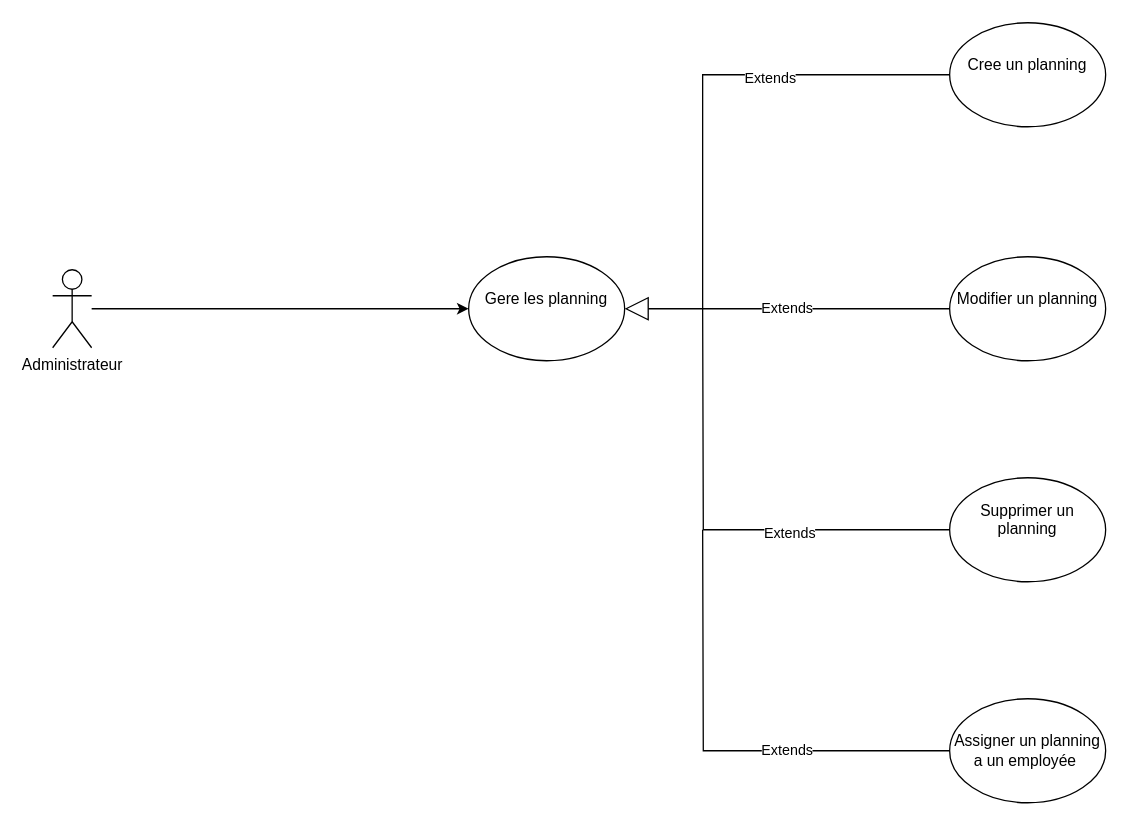
This is Diagramme sans nom.drawio from BRIKIAchraf/Blog-App, a draw.io file, before an edit. Source tidied: cells renumbered, new cells numbered last; positions are measured from the earlier drawing's top-left corner, leaving out a move shared by most shapes. Both pictures are drawn from the tidied source at 130%, with x=0, y=0 at pixel (52, 22).
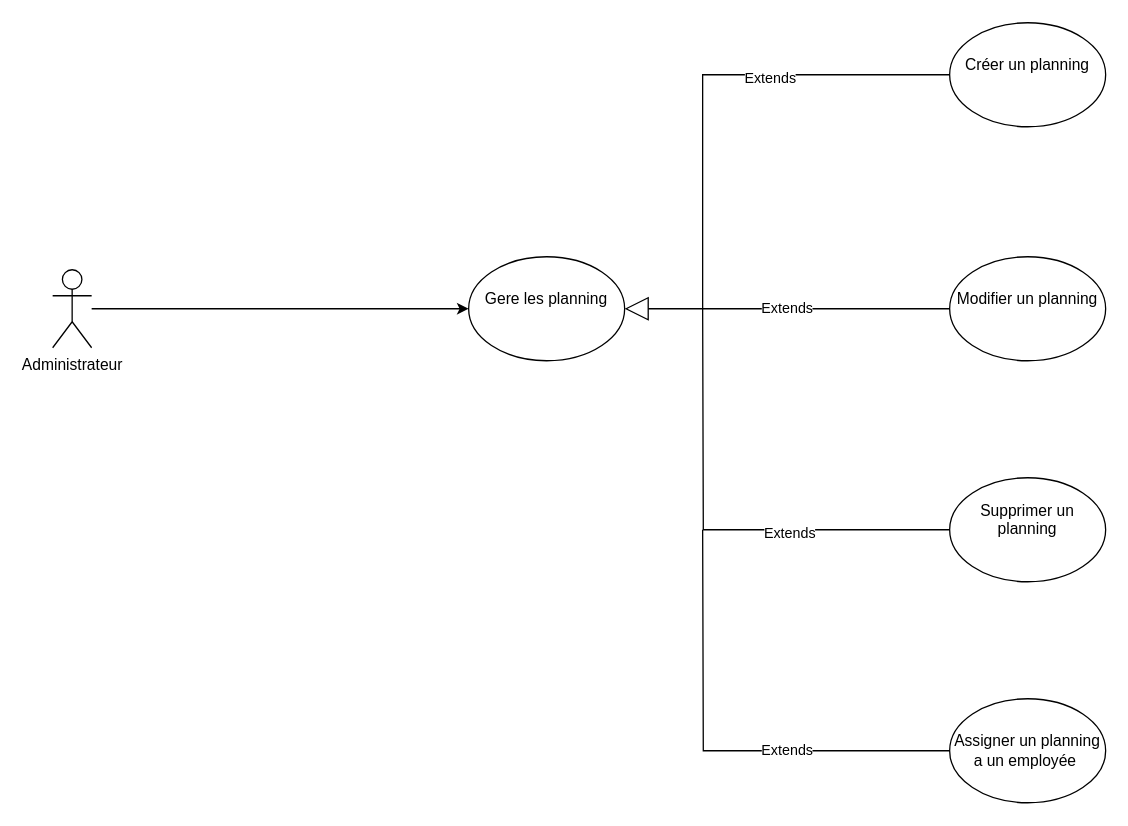
Above is the later version.

Commit message (it also covers changes not shown here):
Mettre à jour Diagramme sans nom.drawio

Diff of the diagram source:
```diff
@@
 <mxGraphModel>
   <root>
     <mxCell id="0" />
     <mxCell id="1" parent="0" />
     <mxCell id="2" value="Administrateur&lt;div&gt;&lt;br&gt;&lt;/div&gt;" style="shape=umlActor;verticalLabelPosition=bottom;verticalAlign=top;html=1;outlineConnect=0;" parent="1" vertex="1">
       <mxGeometry y="190" width="30" height="60" as="geometry" />
     </mxCell>
     <mxCell id="3" value="Gere les planning&lt;div&gt;&lt;br&gt;&lt;/div&gt;" style="ellipse;whiteSpace=wrap;html=1;" parent="1" vertex="1">
       <mxGeometry x="320" y="180" width="120" height="80" as="geometry" />
     </mxCell>
     <mxCell id="4" style="endArrow=classic;html=1;rounded=0;entryX=0;entryY=0.5;entryDx=0;entryDy=0;" parent="1" edge="1" source="2" target="3">
       <mxGeometry relative="1" as="geometry" />
     </mxCell>
-    <mxCell id="5" value="Cree un planning&lt;div&gt;&lt;br&gt;&lt;/div&gt;" style="ellipse;whiteSpace=wrap;html=1;" parent="1" vertex="1">
+    <mxCell id="5" value="Créer un planning&lt;div&gt;&lt;br&gt;&lt;/div&gt;" style="ellipse;whiteSpace=wrap;html=1;" parent="1" vertex="1">
       <mxGeometry x="690" width="120" height="80" as="geometry" />
     </mxCell>
     <mxCell id="6" value="Modifier un planning&lt;div&gt;&lt;br&gt;&lt;/div&gt;" style="ellipse;whiteSpace=wrap;html=1;" parent="1" vertex="1">
       <mxGeometry x="690" y="180" width="120" height="80" as="geometry" />
     </mxCell>
     <mxCell id="7" value="Supprimer un planning&lt;div&gt;&lt;br&gt;&lt;/div&gt;" style="ellipse;whiteSpace=wrap;html=1;" parent="1" vertex="1">
       <mxGeometry x="690" y="350" width="120" height="80" as="geometry" />
     </mxCell>
     <mxCell id="8" value="Assigner un planning a un employée&amp;nbsp;" style="ellipse;whiteSpace=wrap;html=1;" parent="1" vertex="1">
       <mxGeometry x="690" y="520" width="120" height="80" as="geometry" />
     </mxCell>
     <mxCell id="9" value="Extends" style="endArrow=block;endSize=16;endFill=0;html=1;rounded=0;entryX=1;entryY=0.5;entryDx=0;entryDy=0;exitX=0;exitY=0.5;exitDx=0;exitDy=0;" parent="1" edge="1" source="6" target="3">
       <mxGeometry relative="1" as="geometry" />
     </mxCell>
     <mxCell id="10" style="endArrow=none;html=1;rounded=0;entryX=0;entryY=0.5;entryDx=0;entryDy=0;edgeStyle=orthogonalEdgeStyle;" parent="1" edge="1" target="5">
       <mxGeometry relative="1" as="geometry">
         <mxPoint x="500" y="220" as="sourcePoint" />
         <Array as="points">
           <mxPoint x="500" y="40" />
         </Array>
       </mxGeometry>
     </mxCell>
     <mxCell id="11" value="Extends" style="edgeLabel;html=1;align=center;verticalAlign=middle;" parent="10" vertex="1">
       <mxGeometry x="0.25" y="-2" relative="1" as="geometry" />
     </mxCell>
     <mxCell id="12" style="endArrow=none;html=1;rounded=0;exitX=0;exitY=0.5;exitDx=0;exitDy=0;edgeStyle=orthogonalEdgeStyle;" parent="1" edge="1" source="7">
       <mxGeometry relative="1" as="geometry">
         <mxPoint x="500" y="220" as="targetPoint" />
       </mxGeometry>
     </mxCell>
     <mxCell id="13" value="Extends" style="edgeLabel;html=1;align=center;verticalAlign=middle;" parent="12" vertex="1">
       <mxGeometry x="-0.31" y="2" relative="1" as="geometry" />
     </mxCell>
     <mxCell id="14" style="endArrow=none;html=1;rounded=0;exitX=0;exitY=0.5;exitDx=0;exitDy=0;edgeStyle=orthogonalEdgeStyle;" parent="1" edge="1" source="8">
       <mxGeometry relative="1" as="geometry">
         <mxPoint x="500" y="390" as="targetPoint" />
       </mxGeometry>
     </mxCell>
     <mxCell id="15" value="Extends" style="edgeLabel;html=1;align=center;verticalAlign=middle;" parent="14" vertex="1">
       <mxGeometry x="-0.3" y="-1" relative="1" as="geometry" />
     </mxCell>
   </root>
 </mxGraphModel>
```
